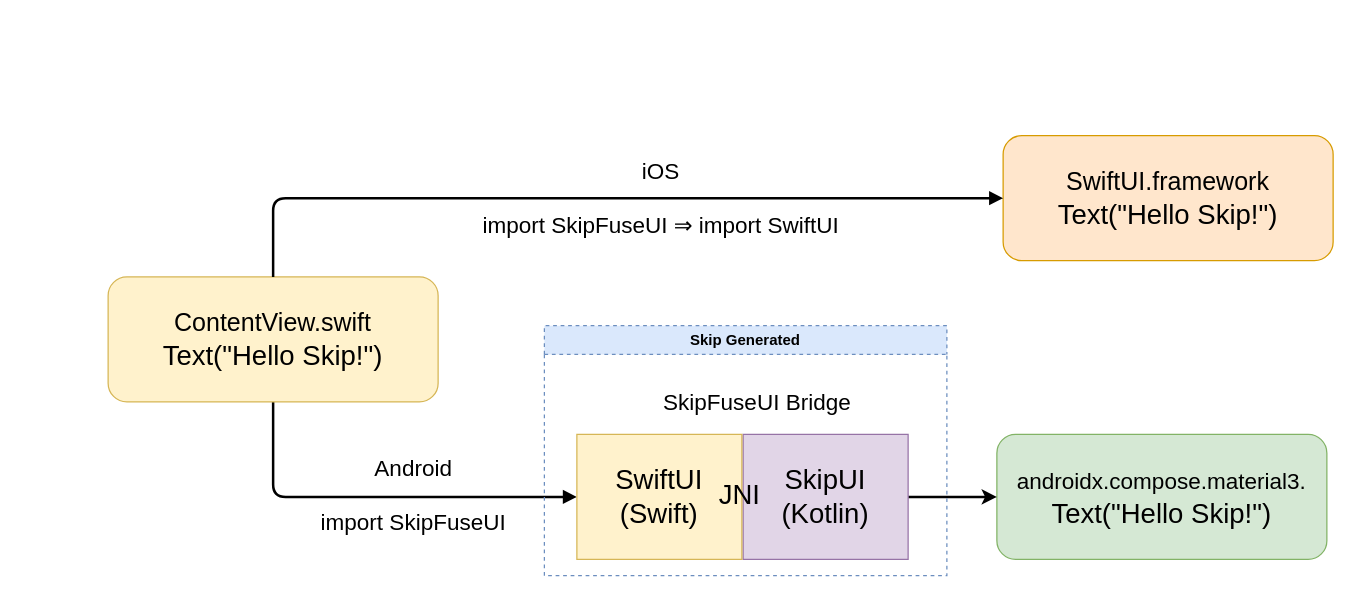
This is page "skip-fuse-ui-bridge" (14 of 14) of diagrams/skip-diagrams.drawio from skiptools/assets.skip.tools, a draw.io file, before an edit. Source tidied: cells renumbered, new cells numbered last; positions are measured from the earlier drawing's top-left corner, leaving out a move shared by most shapes. Both pictures are drawn from the tidied source at 125%, with x=0, y=0 at pixel (108, 135).
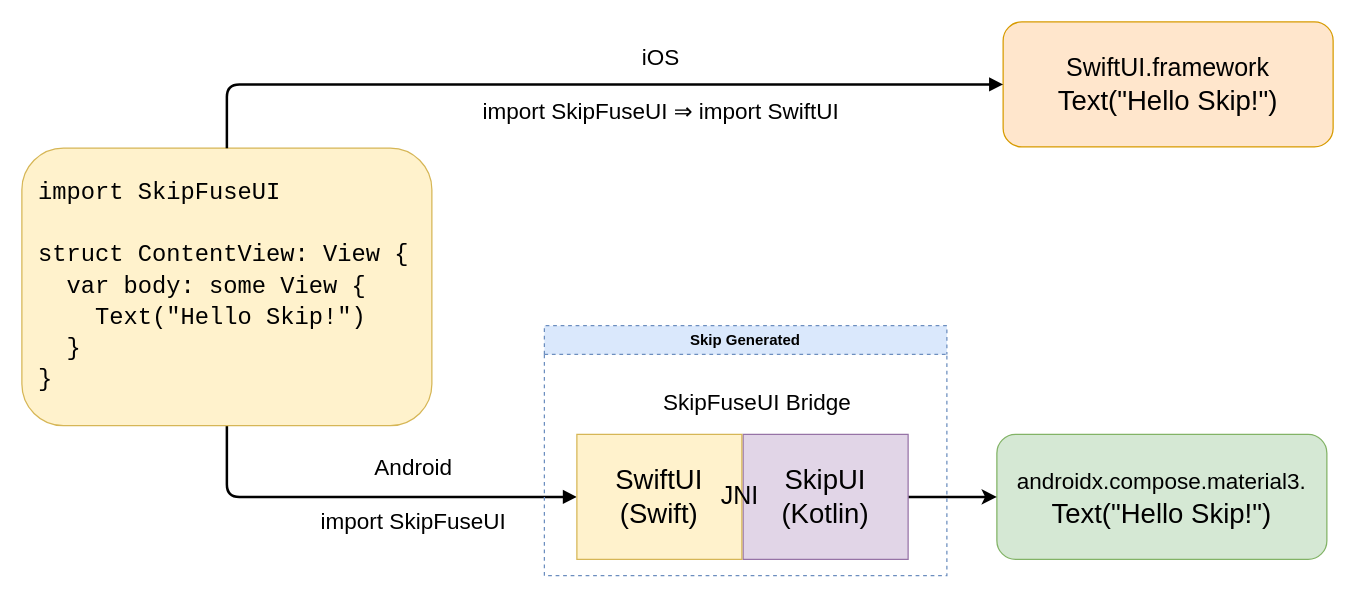
Above is the later version.

Change to the diagram source:
```diff
@@
 <mxGraphModel>
   <root>
     <mxCell id="0" />
     <mxCell id="1" parent="0" />
     <mxCell id="2" value="&lt;font style=&quot;font-size: 18px;&quot;&gt;iOS&lt;/font&gt;&lt;div&gt;&lt;span style=&quot;font-size: 18px;&quot;&gt;&lt;br&gt;&lt;/span&gt;&lt;div&gt;&lt;font style=&quot;&quot;&gt;&lt;span style=&quot;font-size: 18px;&quot;&gt;import SkipFuseUI ⇒&amp;nbsp;import SwiftUI&lt;/span&gt;&lt;/font&gt;&lt;/div&gt;&lt;/div&gt;" style="edgeLabel;html=1;align=center;verticalAlign=middle;" parent="1" vertex="1">
-      <mxGeometry x="441" y="50" as="geometry" />
+      <mxGeometry x="441" y="-41" as="geometry" />
     </mxCell>
     <mxCell id="3" value="&lt;span style=&quot;font-size: 18px;&quot;&gt;Android&lt;/span&gt;&lt;div&gt;&lt;span style=&quot;font-size: 18px;&quot;&gt;&lt;br&gt;&lt;/span&gt;&lt;div&gt;&lt;span style=&quot;font-size: 18px;&quot;&gt;import SkipFuseUI&lt;/span&gt;&lt;/div&gt;&lt;/div&gt;" style="edgeLabel;html=1;align=center;verticalAlign=middle;" parent="1" vertex="1">
-      <mxGeometry x="243" y="288" as="geometry" />
+      <mxGeometry x="243" y="287" as="geometry" />
     </mxCell>
     <mxCell id="4" style="edgeStyle=orthogonalEdgeStyle;rounded=1;jettySize=auto;html=1;exitX=0.5;exitY=1;exitDx=0;exitDy=0;entryX=0;entryY=0.5;entryDx=0;entryDy=0;strokeWidth=2;curved=0;endArrow=block;endFill=1;" parent="1" edge="1" source="5" target="10">
       <mxGeometry relative="1" as="geometry" />
     </mxCell>
-    <mxCell id="5" value="&lt;font style=&quot;font-size: 20px;&quot;&gt;ContentView.swift&lt;/font&gt;&lt;div&gt;Text(&quot;Hello Skip!&quot;)&lt;/div&gt;" style="rounded=1;whiteSpace=wrap;html=1;fontSize=22;fillColor=#fff2cc;strokeColor=#d6b656;fillStyle=auto;" parent="1" vertex="1">
-      <mxGeometry y="113" width="264" height="100" as="geometry" />
+    <mxCell id="5" value="&lt;div style=&quot;line-height: 10%;&quot;&gt;&lt;pre&gt;&lt;font style=&quot;font-size: 19px; line-height: 10%;&quot;&gt; import SkipFuseUI&lt;/font&gt;&lt;/pre&gt;&lt;pre&gt;&lt;font style=&quot;font-size: 19px; line-height: 10%;&quot;&gt;&lt;br&gt;&lt;/font&gt;&lt;/pre&gt;&lt;pre&gt;&lt;/pre&gt;&lt;pre&gt;&lt;font style=&quot;font-size: 19px; line-height: 10%;&quot;&gt;&lt;font&gt; struct ContentView: View {&lt;/font&gt;&lt;/font&gt;&lt;/pre&gt;&lt;pre&gt;&lt;font style=&quot;font-size: 19px; line-height: 10%;&quot;&gt;&lt;font&gt;   var body: some View {&lt;br&gt;&lt;/font&gt;&lt;/font&gt;&lt;pre&gt;&lt;font style=&quot;font-size: 19px; line-height: 10%;&quot;&gt;     Text(&quot;Hello Skip!&quot;)&lt;/font&gt;&lt;/pre&gt;&lt;pre&gt;&lt;font style=&quot;font-size: 19px; line-height: 10%;&quot;&gt;   }&lt;/font&gt;&lt;/pre&gt;&lt;pre&gt;&lt;font style=&quot;font-size: 19px; line-height: 10%;&quot;&gt; }&lt;/font&gt;&lt;/pre&gt;&lt;/pre&gt;&lt;/div&gt;&lt;pre&gt;&lt;font style=&quot;font-size: 19px;&quot;&gt;&lt;/font&gt;&lt;/pre&gt;" style="rounded=1;whiteSpace=wrap;html=1;fontSize=22;fillColor=#fff2cc;strokeColor=#d6b656;fillStyle=auto;align=left;" parent="1" vertex="1">
+      <mxGeometry x="-69" y="10" width="328" height="222" as="geometry" />
     </mxCell>
     <mxCell id="6" value="&lt;span style=&quot;font-size: 18px;&quot;&gt;androidx.compose.material3.&lt;/span&gt;&lt;div&gt;&lt;font&gt;Text(&quot;Hello Skip!&quot;)&lt;/font&gt;&lt;/div&gt;" style="rounded=1;whiteSpace=wrap;html=1;fontSize=22;fillColor=#d5e8d4;strokeColor=#82b366;fillStyle=auto;" parent="1" vertex="1">
       <mxGeometry x="711" y="239" width="264" height="100" as="geometry" />
     </mxCell>
     <mxCell id="7" value="&lt;font style=&quot;font-size: 20px;&quot;&gt;SwiftUI.framework&lt;/font&gt;&lt;div&gt;Text(&quot;Hello Skip!&quot;)&lt;/div&gt;" style="rounded=1;whiteSpace=wrap;html=1;fontSize=22;fillColor=#ffe6cc;strokeColor=#d79b00;" parent="1" vertex="1">
-      <mxGeometry x="716" width="264" height="100" as="geometry" />
+      <mxGeometry x="716" y="-91" width="264" height="100" as="geometry" />
     </mxCell>
     <mxCell id="8" style="edgeStyle=orthogonalEdgeStyle;rounded=1;jettySize=auto;html=1;exitX=1;exitY=0.5;exitDx=0;exitDy=0;entryX=0;entryY=0.5;entryDx=0;entryDy=0;strokeWidth=2;curved=0;" parent="1" edge="1" source="9" target="6">
       <mxGeometry relative="1" as="geometry" />
     </mxCell>
     <mxCell id="9" value="&lt;div&gt;SkipUI&lt;/div&gt;&lt;div&gt;(&lt;span style=&quot;background-color: transparent; color: light-dark(rgb(0, 0, 0), rgb(255, 255, 255));&quot;&gt;Kotlin)&lt;/span&gt;&lt;/div&gt;" style="rounded=0;whiteSpace=wrap;html=1;fontSize=22;fillColor=#e1d5e7;strokeColor=#9673a6;fillStyle=auto;" parent="1" vertex="1">
       <mxGeometry x="508" y="239" width="132" height="100" as="geometry" />
     </mxCell>
     <mxCell id="10" value="&lt;div&gt;SwiftUI&lt;/div&gt;&lt;div&gt;(Swift)&lt;/div&gt;" style="rounded=0;whiteSpace=wrap;html=1;fontSize=22;fillColor=#fff2cc;strokeColor=#d6b656;fillStyle=auto;" parent="1" vertex="1">
       <mxGeometry x="375" y="239" width="132" height="100" as="geometry" />
     </mxCell>
     <mxCell id="11" value="&lt;font style=&quot;font-size: 18px;&quot;&gt;SkipFuseUI Bridge&lt;/font&gt;" style="edgeLabel;html=1;align=center;verticalAlign=middle;" parent="1" vertex="1">
       <mxGeometry x="518" y="213" as="geometry" />
     </mxCell>
-    <mxCell id="12" value="&lt;font&gt;JNI&lt;/font&gt;" style="edgeLabel;html=1;align=center;verticalAlign=middle;rotation=0;labelBackgroundColor=none;fontStyle=0;fontSize=22;" parent="1" vertex="1">
+    <mxCell id="12" value="&lt;font style=&quot;font-size: 20px;&quot;&gt;JNI&lt;/font&gt;" style="edgeLabel;html=1;align=center;verticalAlign=middle;rotation=0;labelBackgroundColor=none;fontStyle=0;fontSize=22;" parent="1" vertex="1">
       <mxGeometry x="504" y="291" as="geometry">
         <mxPoint y="-4" as="offset" />
       </mxGeometry>
     </mxCell>
     <mxCell id="13" value="Skip Generated" style="swimlane;whiteSpace=wrap;html=1;fillColor=#dae8fc;strokeColor=#6c8ebf;strokeWidth=1;dashed=1;" parent="1" vertex="1">
       <mxGeometry x="349" y="152" width="322" height="200" as="geometry" />
     </mxCell>
     <mxCell id="14" style="edgeStyle=orthogonalEdgeStyle;rounded=1;jettySize=auto;html=1;exitX=0.5;exitY=0;exitDx=0;exitDy=0;entryX=0;entryY=0.5;entryDx=0;entryDy=0;strokeWidth=2;curved=0;endArrow=block;endFill=1;" parent="1" edge="1" source="5" target="7">
       <mxGeometry relative="1" as="geometry" />
     </mxCell>
   </root>
 </mxGraphModel>
```
